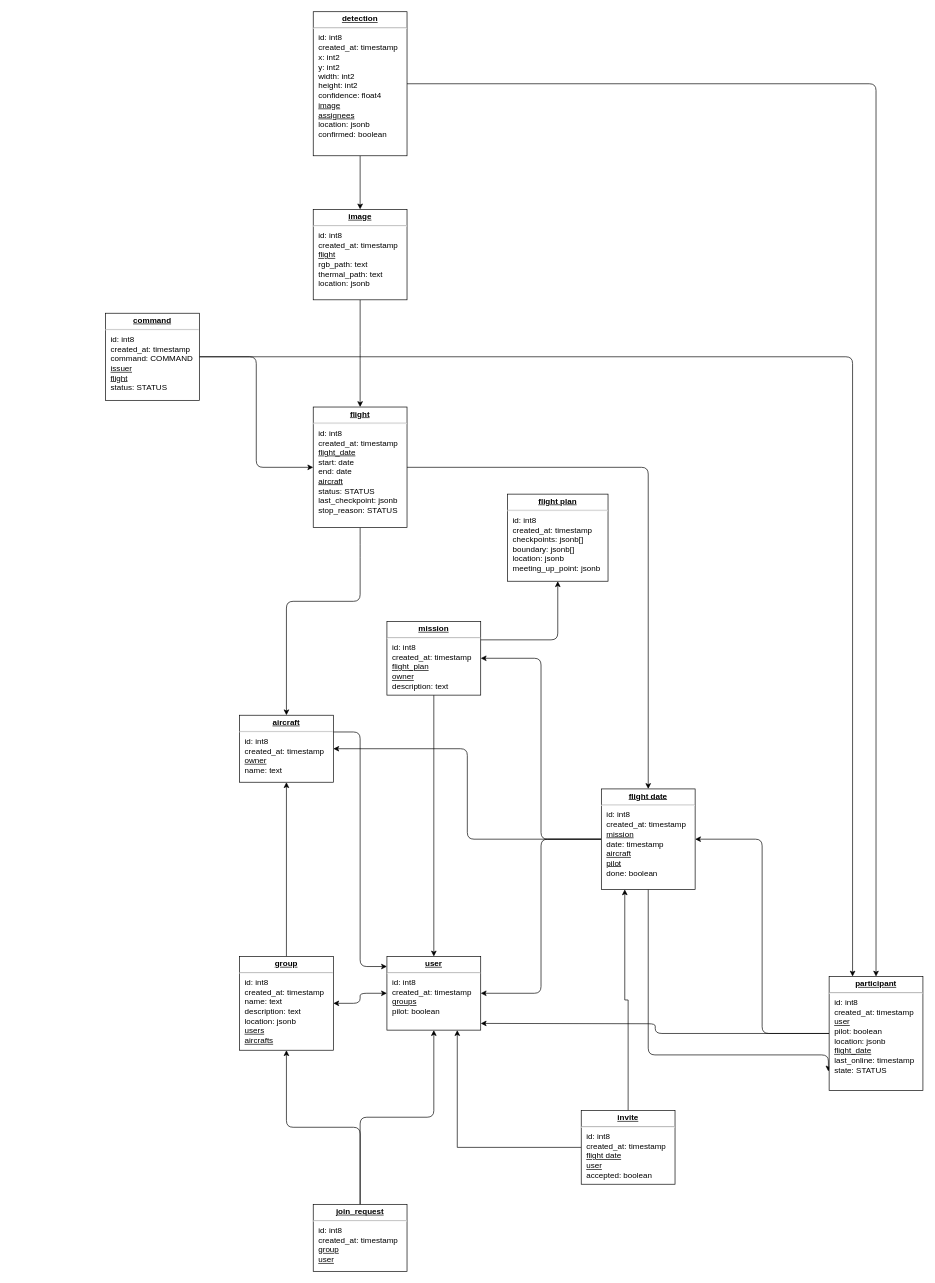
The draw.io diagram DatabaseSchema.drawio in FawnRescue/planning, before the edit. Source tidied: cells renumbered, new cells numbered last; positions are measured from the earlier drawing's top-left corner, leaving out a move shared by most shapes. Both pictures are drawn from the tidied source at 67%, with x=0, y=0 at pixel (105, 11).
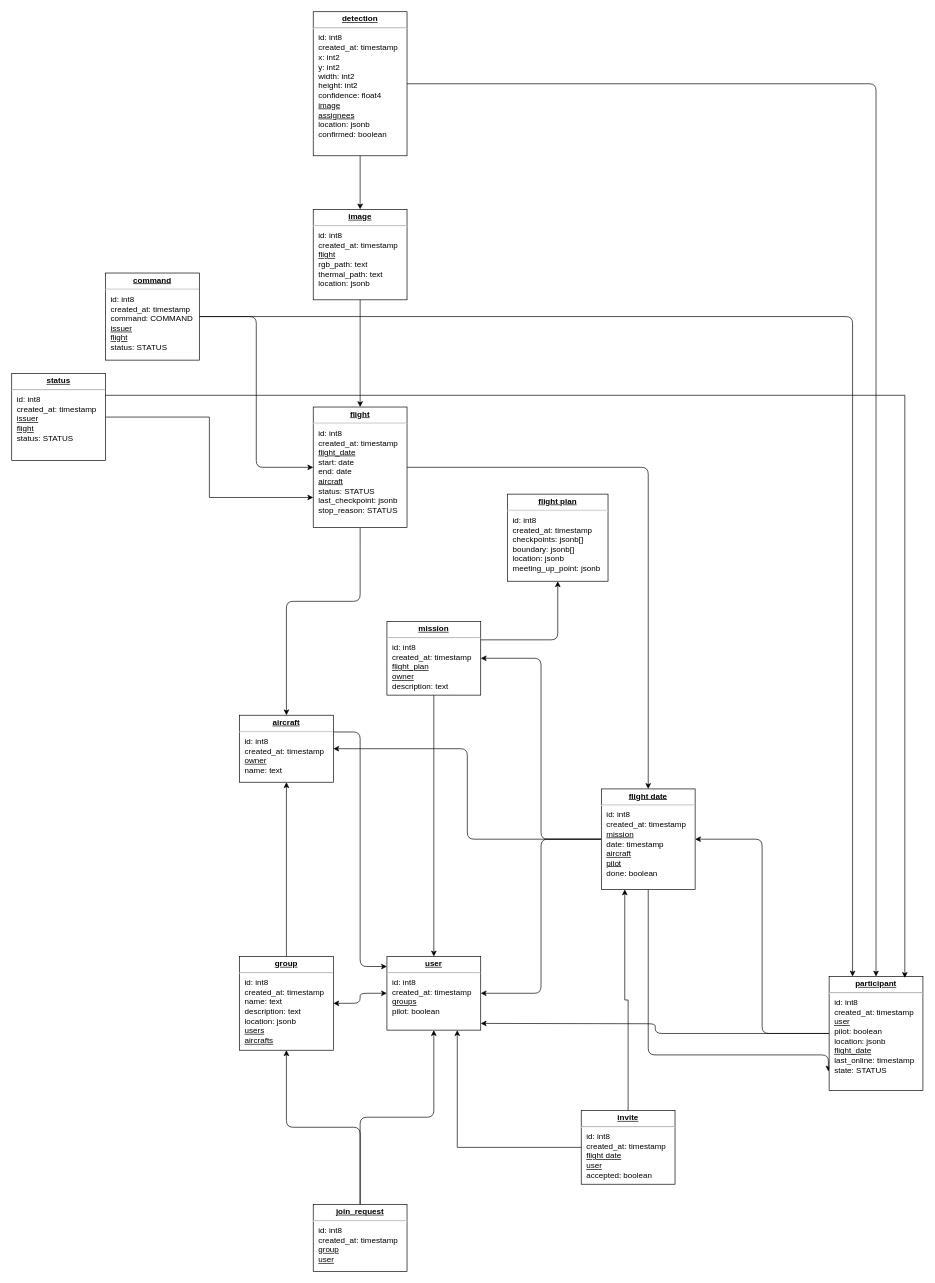
Above is the later version.

The change refers to these unchanged cells:
```xml
<mxCell id="11" value="&lt;p style=&quot;margin: 0px ; margin-top: 4px ; text-align: center ; text-decoration: underline&quot;&gt;&lt;b&gt;flight&lt;/b&gt;&lt;/p&gt;&lt;hr&gt;&lt;p style=&quot;border-color: var(--border-color); margin: 0px 0px 0px 8px;&quot;&gt;id: int8&lt;/p&gt;&lt;p style=&quot;border-color: var(--border-color); margin: 0px 0px 0px 8px;&quot;&gt;created_at: timestamp&lt;/p&gt;&lt;p style=&quot;border-color: var(--border-color); margin: 0px 0px 0px 8px;&quot;&gt;&lt;span style=&quot;background-color: initial;&quot;&gt;&lt;u&gt;flight_date&lt;/u&gt;&lt;/span&gt;&lt;/p&gt;&lt;p style=&quot;border-color: var(--border-color); margin: 0px 0px 0px 8px;&quot;&gt;&lt;span style=&quot;background-color: initial;&quot;&gt;start: date&lt;/span&gt;&lt;br&gt;&lt;/p&gt;&lt;p style=&quot;border-color: var(--border-color); margin: 0px 0px 0px 8px;&quot;&gt;end: date&lt;/p&gt;&lt;p style=&quot;border-color: var(--border-color); margin: 0px 0px 0px 8px;&quot;&gt;&lt;u&gt;aircraft&lt;/u&gt;&lt;/p&gt;&lt;p style=&quot;border-color: var(--border-color); margin: 0px 0px 0px 8px;&quot;&gt;status: STATUS&lt;/p&gt;&lt;p style=&quot;border-color: var(--border-color); margin: 0px 0px 0px 8px;&quot;&gt;last_checkpoint: jsonb&lt;/p&gt;&lt;p style=&quot;border-color: var(--border-color); margin: 0px 0px 0px 8px;&quot;&gt;stop_reason: STATUS&lt;/p&gt;&lt;p style=&quot;border-color: var(--border-color); margin: 0px 0px 0px 8px;&quot;&gt;&lt;br&gt;&lt;/p&gt;" style="verticalAlign=top;align=left;overflow=fill;fontSize=12;fontFamily=Helvetica;html=1;rounded=0;shadow=0;comic=0;labelBackgroundColor=none;strokeWidth=1;" parent="1" vertex="1">
  <mxGeometry x="310" y="590" width="140" height="180" as="geometry" />
</mxCell>
<mxCell id="30" value="&lt;p style=&quot;margin: 0px ; margin-top: 4px ; text-align: center ; text-decoration: underline&quot;&gt;&lt;b&gt;participant&lt;/b&gt;&lt;/p&gt;&lt;hr&gt;&lt;p style=&quot;margin: 0px ; margin-left: 8px&quot;&gt;id: int8&lt;/p&gt;&lt;p style=&quot;margin: 0px ; margin-left: 8px&quot;&gt;created_at: timestamp&lt;br&gt;&lt;/p&gt;&lt;p style=&quot;margin: 0px ; margin-left: 8px&quot;&gt;&lt;u&gt;user&lt;/u&gt;&lt;/p&gt;&lt;p style=&quot;margin: 0px ; margin-left: 8px&quot;&gt;pilot: boolean&lt;/p&gt;&lt;p style=&quot;margin: 0px ; margin-left: 8px&quot;&gt;location: jsonb&lt;/p&gt;&lt;p style=&quot;margin: 0px ; margin-left: 8px&quot;&gt;&lt;u&gt;flight_date&lt;/u&gt;&lt;/p&gt;&lt;p style=&quot;margin: 0px ; margin-left: 8px&quot;&gt;last_online: timestamp&lt;/p&gt;&lt;p style=&quot;margin: 0px ; margin-left: 8px&quot;&gt;state: STATUS&lt;/p&gt;&lt;p style=&quot;margin: 0px ; margin-left: 8px&quot;&gt;&lt;br&gt;&lt;/p&gt;" style="verticalAlign=top;align=left;overflow=fill;fontSize=12;fontFamily=Helvetica;html=1;rounded=0;shadow=0;comic=0;labelBackgroundColor=none;strokeWidth=1;" parent="1" vertex="1">
  <mxGeometry x="1080" y="1440" width="140" height="170" as="geometry" />
</mxCell>
```

What changed in the source:
```diff
@@
     <mxCell id="33" value="&lt;p style=&quot;margin: 0px ; margin-top: 4px ; text-align: center ; text-decoration: underline&quot;&gt;&lt;b&gt;command&lt;/b&gt;&lt;/p&gt;&lt;hr&gt;&lt;p style=&quot;border-color: var(--border-color); margin: 0px 0px 0px 8px;&quot;&gt;id: int8&lt;/p&gt;&lt;p style=&quot;border-color: var(--border-color); margin: 0px 0px 0px 8px;&quot;&gt;created_at: timestamp&lt;/p&gt;&lt;p style=&quot;border-color: var(--border-color); margin: 0px 0px 0px 8px;&quot;&gt;command: COMMAND&lt;/p&gt;&lt;p style=&quot;border-color: var(--border-color); margin: 0px 0px 0px 8px;&quot;&gt;&lt;u&gt;issuer&lt;/u&gt;&lt;/p&gt;&lt;p style=&quot;border-color: var(--border-color); margin: 0px 0px 0px 8px;&quot;&gt;&lt;u&gt;flight&lt;/u&gt;&lt;/p&gt;&lt;p style=&quot;border-color: var(--border-color); margin: 0px 0px 0px 8px;&quot;&gt;status: STATUS&lt;/p&gt;" style="verticalAlign=top;align=left;overflow=fill;fontSize=12;fontFamily=Helvetica;html=1;rounded=0;shadow=0;comic=0;labelBackgroundColor=none;strokeWidth=1;" parent="1" vertex="1">
-      <mxGeometry y="450" width="140" height="130" as="geometry" />
+      <mxGeometry y="390" width="140" height="130" as="geometry" />
     </mxCell>
@@
+    <mxCell id="37" style="edgeStyle=orthogonalEdgeStyle;rounded=0;jettySize=auto;html=1;exitX=1;exitY=0.5;exitDx=0;exitDy=0;entryX=0;entryY=0.75;entryDx=0;entryDy=0;" parent="1" edge="1" source="38" target="11">
+      <mxGeometry relative="1" as="geometry" />
+    </mxCell>
+    <mxCell id="38" value="&lt;p style=&quot;margin: 0px ; margin-top: 4px ; text-align: center ; text-decoration: underline&quot;&gt;&lt;b&gt;status&lt;/b&gt;&lt;/p&gt;&lt;hr&gt;&lt;p style=&quot;border-color: var(--border-color); margin: 0px 0px 0px 8px;&quot;&gt;id: int8&lt;/p&gt;&lt;p style=&quot;border-color: var(--border-color); margin: 0px 0px 0px 8px;&quot;&gt;created_at: timestamp&lt;/p&gt;&lt;p style=&quot;border-color: var(--border-color); margin: 0px 0px 0px 8px;&quot;&gt;&lt;u&gt;issuer&lt;/u&gt;&lt;/p&gt;&lt;p style=&quot;border-color: var(--border-color); margin: 0px 0px 0px 8px;&quot;&gt;&lt;u&gt;flight&lt;/u&gt;&lt;/p&gt;&lt;p style=&quot;border-color: var(--border-color); margin: 0px 0px 0px 8px;&quot;&gt;status: STATUS&lt;/p&gt;" style="verticalAlign=top;align=left;overflow=fill;fontSize=12;fontFamily=Helvetica;html=1;rounded=0;shadow=0;comic=0;labelBackgroundColor=none;strokeWidth=1;" parent="1" vertex="1">
+      <mxGeometry x="-140" y="540" width="140" height="130" as="geometry" />
+    </mxCell>
+    <mxCell id="39" style="edgeStyle=orthogonalEdgeStyle;rounded=0;jettySize=auto;html=1;exitX=1;exitY=0.25;exitDx=0;exitDy=0;entryX=0.807;entryY=0.012;entryDx=0;entryDy=0;entryPerimeter=0;" parent="1" edge="1" source="38" target="30">
+      <mxGeometry relative="1" as="geometry" />
+    </mxCell>
```
